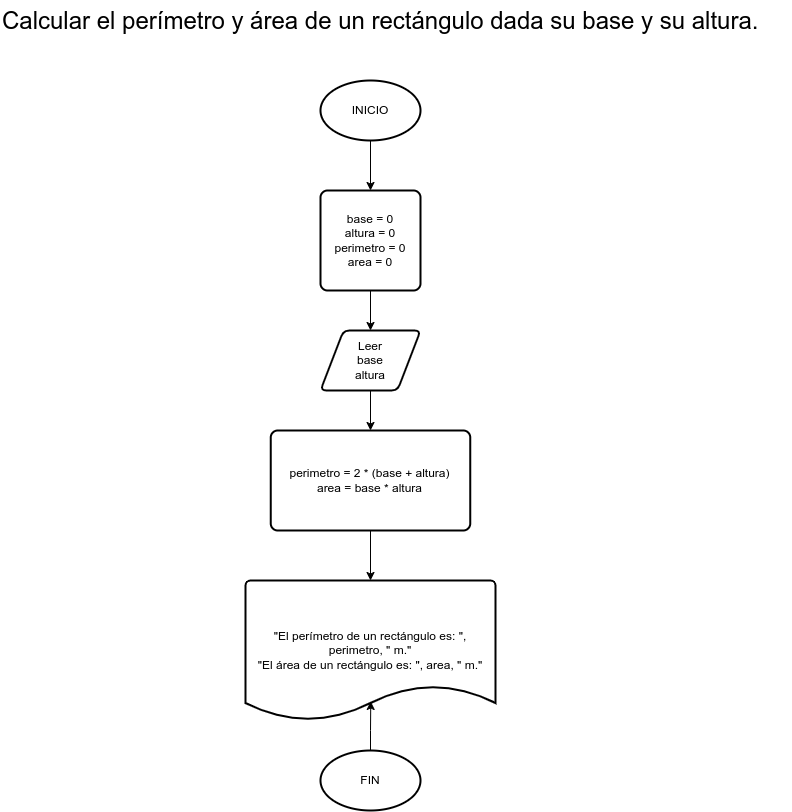
Earlier version of the draw.io export Secuencia/Ejercicio 2/Ejercicio2DFD.png (cardozoaldama/algoritmia-basica). Source tidied: cells renumbered, new cells last; positions are measured from the earlier drawing's top-left corner, leaving out a move shared by most shapes.
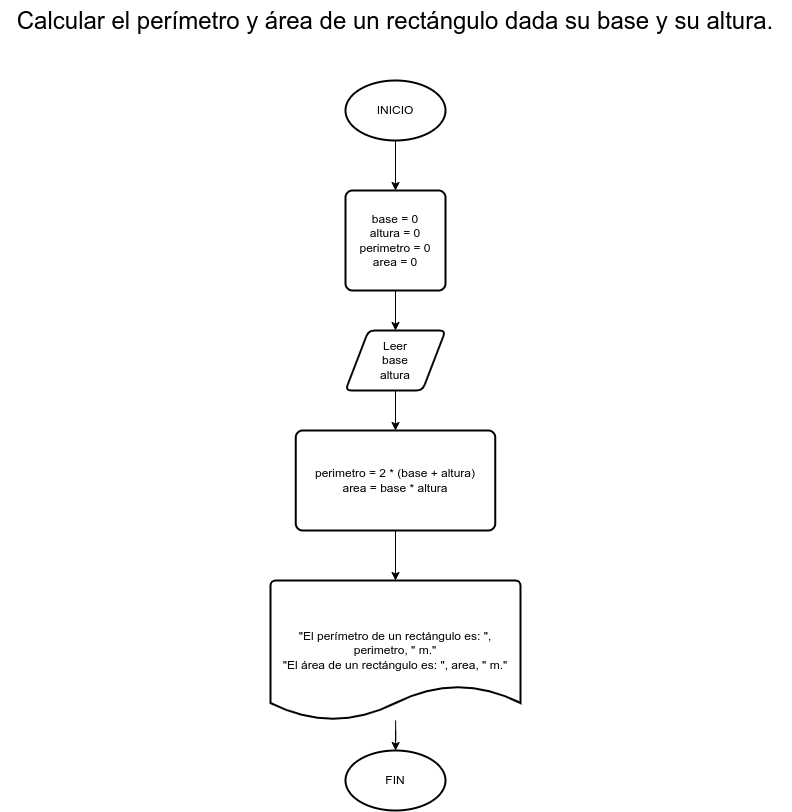
Above is the later version.

What changed in the source:
```diff
@@ -2,44 +2,44 @@
   <root>
     <mxCell id="0" />
     <mxCell id="1" parent="0" />
-    <mxCell id="2" style="group;flipH=0;flipV=0;" parent="1" vertex="1">
+    <mxCell id="2" style="group;" parent="1" vertex="1">
       <mxGeometry width="790" height="810" as="geometry" />
     </mxCell>
-    <mxCell id="3" value="Calcular el perímetro y área de un rectángulo dada su base y su altura." style="text;whiteSpace=wrap;html=1;fontSize=24;" parent="2" vertex="1">
+    <mxCell id="3" value="Calcular el perímetro y área de un rectángulo dada su base y su altura." style="text;whiteSpace=wrap;html=1;fontSize=24;align=center;" parent="2" vertex="1">
       <mxGeometry width="790" height="60" as="geometry" />
     </mxCell>
     <mxCell id="4" value="INICIO" style="strokeWidth=2;html=1;shape=mxgraph.flowchart.start_1;whiteSpace=wrap;" parent="2" vertex="1">
-      <mxGeometry x="320" y="80" width="100" height="60" as="geometry" />
+      <mxGeometry x="345" y="80" width="100" height="60" as="geometry" />
     </mxCell>
     <mxCell id="5" value="base = 0&lt;br&gt;altura = 0&lt;br&gt;perimetro = 0&lt;br&gt;area = 0" style="rounded=1;whiteSpace=wrap;html=1;absoluteArcSize=1;arcSize=14;strokeWidth=2;" parent="2" vertex="1">
-      <mxGeometry x="320" y="190" width="100" height="100" as="geometry" />
+      <mxGeometry x="345" y="190" width="100" height="100" as="geometry" />
     </mxCell>
     <mxCell id="6" style="edgeStyle=orthogonalEdgeStyle;rounded=0;jettySize=auto;html=1;exitX=0.5;exitY=1;exitDx=0;exitDy=0;exitPerimeter=0;entryX=0.5;entryY=0;entryDx=0;entryDy=0;" parent="2" edge="1" source="4" target="5">
       <mxGeometry relative="1" as="geometry" />
     </mxCell>
     <mxCell id="7" value="Leer&lt;br&gt;base&lt;br&gt;altura" style="shape=parallelogram;html=1;strokeWidth=2;perimeter=parallelogramPerimeter;whiteSpace=wrap;rounded=1;arcSize=12;size=0.23;" parent="2" vertex="1">
-      <mxGeometry x="320" y="330" width="100" height="60" as="geometry" />
+      <mxGeometry x="345" y="330" width="100" height="60" as="geometry" />
     </mxCell>
     <mxCell id="8" style="edgeStyle=orthogonalEdgeStyle;rounded=0;jettySize=auto;html=1;exitX=0.5;exitY=1;exitDx=0;exitDy=0;entryX=0.5;entryY=0;entryDx=0;entryDy=0;" parent="2" edge="1" source="5" target="7">
       <mxGeometry relative="1" as="geometry" />
     </mxCell>
     <mxCell id="9" value="perimetro = 2 * (base + altura)&lt;br&gt;area = base * altura" style="rounded=1;whiteSpace=wrap;html=1;absoluteArcSize=1;arcSize=14;strokeWidth=2;" parent="2" vertex="1">
-      <mxGeometry x="270.2" y="430" width="199.5" height="100" as="geometry" />
+      <mxGeometry x="295.2" y="430" width="199.5" height="100" as="geometry" />
     </mxCell>
     <mxCell id="10" style="edgeStyle=orthogonalEdgeStyle;rounded=0;jettySize=auto;html=1;exitX=0.5;exitY=1;exitDx=0;exitDy=0;entryX=0.5;entryY=0;entryDx=0;entryDy=0;" parent="2" edge="1" source="7" target="9">
       <mxGeometry relative="1" as="geometry" />
     </mxCell>
     <mxCell id="11" value="&quot;El perímetro de un rectángulo es: &quot;, perimetro, &quot; m.&quot;&lt;br&gt;&quot;El área de un rectángulo es: &quot;, area, &quot; m.&quot;" style="strokeWidth=2;html=1;shape=mxgraph.flowchart.document2;whiteSpace=wrap;size=0.25;" parent="2" vertex="1">
-      <mxGeometry x="245" y="580" width="250" height="140" as="geometry" />
+      <mxGeometry x="270" y="580" width="250" height="140" as="geometry" />
     </mxCell>
     <mxCell id="12" style="edgeStyle=orthogonalEdgeStyle;rounded=0;jettySize=auto;html=1;exitX=0.5;exitY=1;exitDx=0;exitDy=0;entryX=0.5;entryY=0;entryDx=0;entryDy=0;entryPerimeter=0;" parent="2" edge="1" source="9" target="11">
       <mxGeometry relative="1" as="geometry" />
     </mxCell>
-    <mxCell id="13" style="edgeStyle=orthogonalEdgeStyle;rounded=0;jettySize=auto;html=1;exitX=0.5;exitY=0;exitDx=0;exitDy=0;exitPerimeter=0;entryX=0.501;entryY=0.864;entryDx=0;entryDy=0;entryPerimeter=0;" parent="2" edge="1" source="14" target="11">
-      <mxGeometry relative="1" as="geometry" />
+    <mxCell id="13" value="FIN" style="strokeWidth=2;html=1;shape=mxgraph.flowchart.start_1;whiteSpace=wrap;" parent="2" vertex="1">
+      <mxGeometry x="345" y="750" width="100" height="60" as="geometry" />
     </mxCell>
-    <mxCell id="14" value="FIN" style="strokeWidth=2;html=1;shape=mxgraph.flowchart.start_1;whiteSpace=wrap;" parent="2" vertex="1">
-      <mxGeometry x="320" y="750" width="100" height="60" as="geometry" />
+    <mxCell id="14" style="edgeStyle=orthogonalEdgeStyle;rounded=0;jettySize=auto;html=1;" parent="2" edge="1" source="11" target="13">
+      <mxGeometry relative="1" as="geometry" />
     </mxCell>
   </root>
 </mxGraphModel>
```
